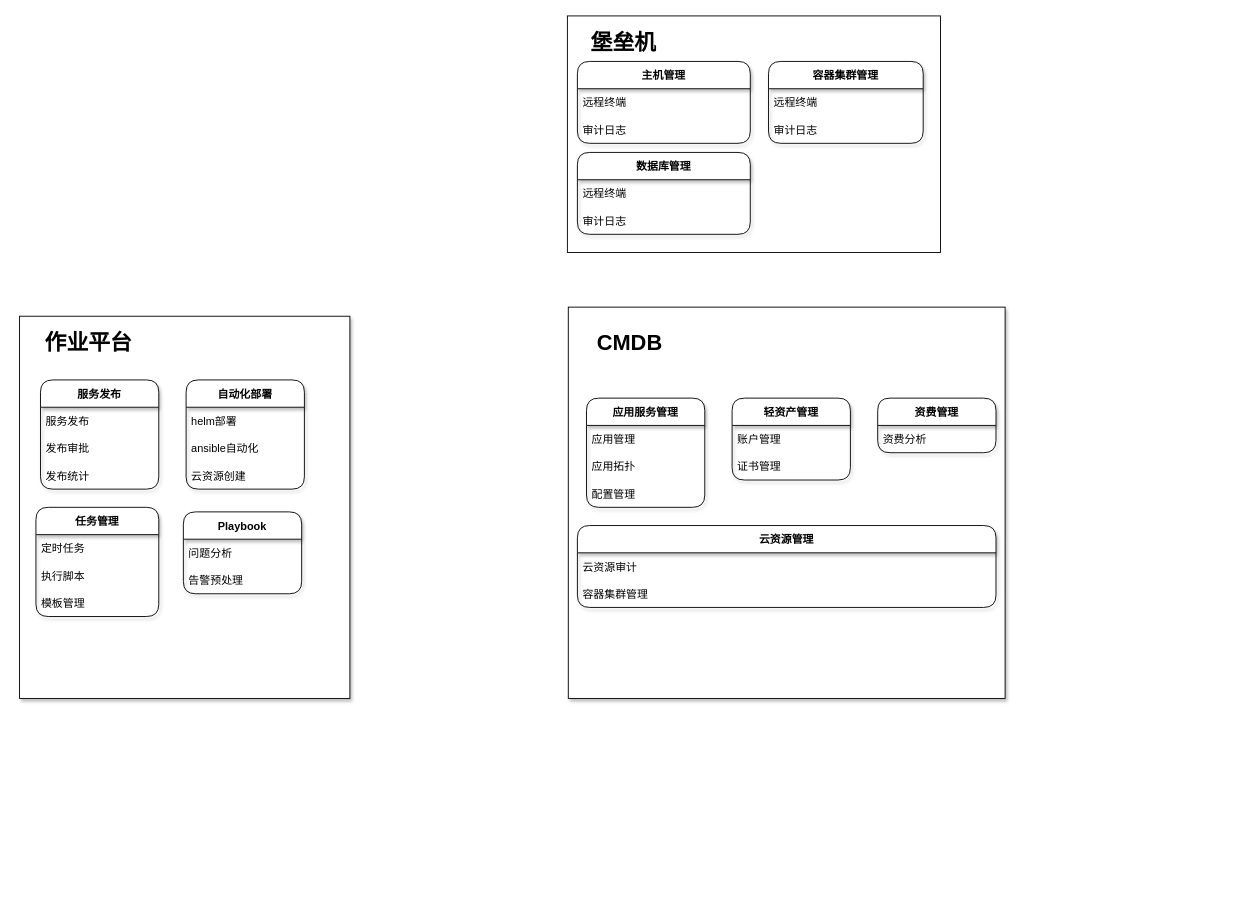
Earlier version of the draw.io diagram 智能运维平台.drawio (463024907/zabbix-report). Source tidied: cells renumbered, new cells numbered last; positions are measured from the earlier drawing's top-left corner, leaving out a move shared by most shapes. Both pictures are drawn from the tidied source at 91%, with x=0, y=0 at pixel (19, 15).
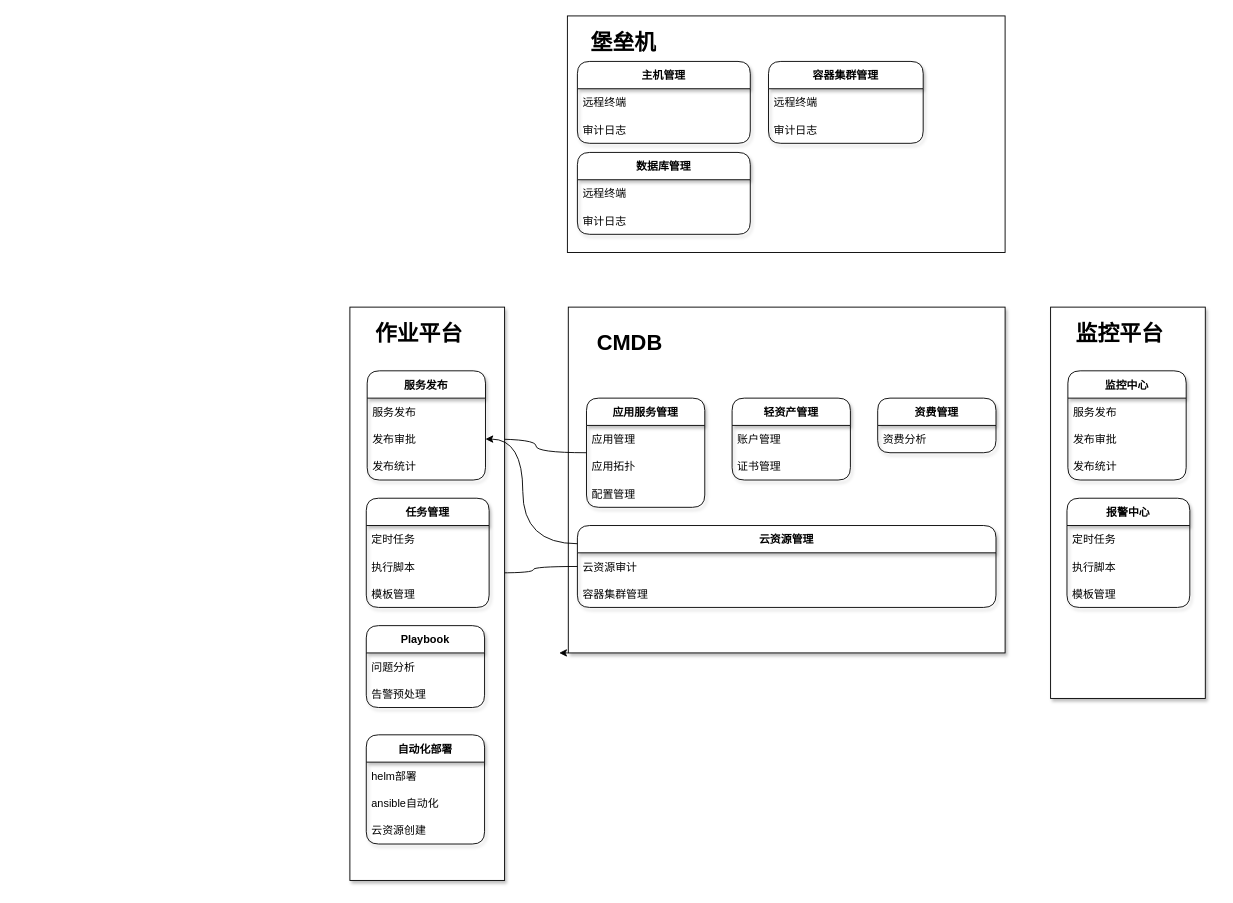
The same page after the edit.

Commit message:
更新智能运维平台.drawio

Unchanged cells that the change refers to:
```xml
<mxCell id="6" value="云资源管理" style="swimlane;fontStyle=1;horizontal=1;startSize=30;rounded=1;shadow=1;glass=0;" parent="1" vertex="1">
  <mxGeometry x="613" y="560" width="460" height="90" as="geometry" />
</mxCell>
<mxCell id="13" value="应用服务管理" style="swimlane;fontStyle=1;horizontal=1;startSize=30;rounded=1;shadow=1;glass=0;" parent="1" vertex="1">
  <mxGeometry x="623" y="420" width="130" height="120" as="geometry" />
</mxCell>
<mxCell id="32" value="执行脚本" style="text;strokeColor=none;fillColor=none;align=left;verticalAlign=middle;spacingLeft=4;spacingRight=4;overflow=hidden;points=[[0,0.5],[1,0.5]];portConstraint=eastwest;" parent="30" vertex="1">
  <mxGeometry y="60" width="135" height="30" as="geometry" />
</mxCell>
<mxCell id="41" value="发布审批" style="text;strokeColor=none;fillColor=none;align=left;verticalAlign=middle;spacingLeft=4;spacingRight=4;overflow=hidden;points=[[0,0.5],[1,0.5]];portConstraint=eastwest;" parent="39" vertex="1">
  <mxGeometry y="60" width="130" height="30" as="geometry" />
</mxCell>
```

Diff of the diagram source:
```diff
@@
+    <mxCell id="47" style="edgeStyle=orthogonalEdgeStyle;curved=1;rounded=0;jettySize=auto;html=1;exitX=0;exitY=1;exitDx=0;exitDy=0;" parent="1" edge="1" source="2">
+      <mxGeometry relative="1" as="geometry">
+        <mxPoint x="593" y="700" as="targetPoint" />
+      </mxGeometry>
+    </mxCell>
     <mxCell id="2" style="rounded=0;whiteSpace=wrap;html=1;shadow=1;glass=0;sketch=0;" parent="1" vertex="1">
-      <mxGeometry x="603" y="320" width="480" height="430" as="geometry" />
+      <mxGeometry x="603" y="320" width="480" height="380" as="geometry" />
     </mxCell>
@@
     <mxCell id="4" style="rounded=0;whiteSpace=wrap;html=1;" parent="1" vertex="1">
-      <mxGeometry x="602" width="410" height="260" as="geometry" />
+      <mxGeometry x="602" width="481" height="260" as="geometry" />
     </mxCell>
@@
+    <mxCell id="48" style="edgeStyle=orthogonalEdgeStyle;curved=1;rounded=0;jettySize=auto;html=1;entryX=1.037;entryY=0.733;entryDx=0;entryDy=0;entryPerimeter=0;" parent="1" edge="1" source="6" target="32">
+      <mxGeometry relative="1" as="geometry" />
+    </mxCell>
@@
+    <mxCell id="49" style="edgeStyle=orthogonalEdgeStyle;curved=1;rounded=0;jettySize=auto;html=1;" parent="1" edge="1" source="13" target="41">
+      <mxGeometry relative="1" as="geometry" />
+    </mxCell>
@@
     <mxCell id="28" style="rounded=0;whiteSpace=wrap;html=1;shadow=1;glass=0;sketch=0;" parent="1" vertex="1">
-      <mxGeometry y="330" width="363" height="420" as="geometry" />
+      <mxGeometry x="363" y="320" width="170" height="630" as="geometry" />
     </mxCell>
     <mxCell id="29" value="&lt;h1&gt;作业平台&lt;/h1&gt;" style="text;html=1;strokeColor=none;fillColor=none;spacing=5;spacingTop=-20;whiteSpace=wrap;overflow=hidden;rounded=0;" parent="1" vertex="1">
-      <mxGeometry x="23" y="340" width="160" height="40" as="geometry" />
+      <mxGeometry x="386" y="330" width="160" height="40" as="geometry" />
     </mxCell>
     <mxCell id="30" value="任务管理" style="swimlane;fontStyle=1;horizontal=1;startSize=30;rounded=1;shadow=1;glass=0;" parent="1" vertex="1">
-      <mxGeometry x="18" y="540" width="135" height="120" as="geometry" />
+      <mxGeometry x="381" y="530" width="135" height="120" as="geometry" />
     </mxCell>
@@
     <mxCell id="34" value="自动化部署" style="swimlane;fontStyle=1;horizontal=1;startSize=30;rounded=1;shadow=1;" parent="1" vertex="1">
-      <mxGeometry x="183" y="400" width="130" height="120" as="geometry" />
+      <mxGeometry x="381" y="790" width="130" height="120" as="geometry" />
     </mxCell>
@@
     <mxCell id="39" value="服务发布" style="swimlane;fontStyle=1;horizontal=1;startSize=30;rounded=1;shadow=1;glass=0;" parent="1" vertex="1">
-      <mxGeometry x="23" y="400" width="130" height="120" as="geometry" />
+      <mxGeometry x="382" y="390" width="130" height="120" as="geometry" />
     </mxCell>
@@
     <mxCell id="43" value="Playbook" style="swimlane;fontStyle=1;horizontal=1;startSize=30;rounded=1;shadow=1;" parent="1" vertex="1">
-      <mxGeometry x="180" y="545" width="130" height="90" as="geometry" />
+      <mxGeometry x="381" y="670" width="130" height="90" as="geometry" />
     </mxCell>
@@
+    <mxCell id="50" style="rounded=0;whiteSpace=wrap;html=1;shadow=1;glass=0;sketch=0;" parent="1" vertex="1">
+      <mxGeometry x="1133" y="320" width="170" height="430" as="geometry" />
+    </mxCell>
+    <mxCell id="51" value="&lt;h1&gt;监控平台&lt;/h1&gt;" style="text;html=1;strokeColor=none;fillColor=none;spacing=5;spacingTop=-20;whiteSpace=wrap;overflow=hidden;rounded=0;" parent="1" vertex="1">
+      <mxGeometry x="1156" y="330" width="160" height="40" as="geometry" />
+    </mxCell>
+    <mxCell id="52" value="报警中心" style="swimlane;fontStyle=1;horizontal=1;startSize=30;rounded=1;shadow=1;glass=0;" parent="1" vertex="1">
+      <mxGeometry x="1151" y="530" width="135" height="120" as="geometry" />
+    </mxCell>
+    <mxCell id="53" value="定时任务" style="text;strokeColor=none;fillColor=none;align=left;verticalAlign=middle;spacingLeft=4;spacingRight=4;overflow=hidden;" parent="52" vertex="1">
+      <mxGeometry y="30" width="135" height="30" as="geometry" />
+    </mxCell>
+    <mxCell id="54" value="执行脚本" style="text;strokeColor=none;fillColor=none;align=left;verticalAlign=middle;spacingLeft=4;spacingRight=4;overflow=hidden;" parent="52" vertex="1">
+      <mxGeometry y="60" width="135" height="30" as="geometry" />
+    </mxCell>
+    <mxCell id="55" value="模板管理" style="text;strokeColor=none;fillColor=none;align=left;verticalAlign=middle;spacingLeft=4;spacingRight=4;overflow=hidden;" parent="52" vertex="1">
+      <mxGeometry y="90" width="135" height="30" as="geometry" />
+    </mxCell>
+    <mxCell id="56" value="监控中心" style="swimlane;fontStyle=1;horizontal=1;startSize=30;rounded=1;shadow=1;glass=0;" parent="1" vertex="1">
+      <mxGeometry x="1152" y="390" width="130" height="120" as="geometry" />
+    </mxCell>
+    <mxCell id="57" value="服务发布" style="text;strokeColor=none;fillColor=none;align=left;verticalAlign=middle;spacingLeft=4;spacingRight=4;overflow=hidden;" parent="56" vertex="1">
+      <mxGeometry y="30" width="130" height="30" as="geometry" />
+    </mxCell>
+    <mxCell id="58" value="发布审批" style="text;strokeColor=none;fillColor=none;align=left;verticalAlign=middle;spacingLeft=4;spacingRight=4;overflow=hidden;" parent="56" vertex="1">
+      <mxGeometry y="60" width="130" height="30" as="geometry" />
+    </mxCell>
+    <mxCell id="59" value="发布统计" style="text;strokeColor=none;fillColor=none;align=left;verticalAlign=middle;spacingLeft=4;spacingRight=4;overflow=hidden;" parent="56" vertex="1">
+      <mxGeometry y="90" width="130" height="30" as="geometry" />
+    </mxCell>
+    <mxCell id="60" style="edgeStyle=orthogonalEdgeStyle;rounded=0;jettySize=auto;html=1;curved=1;entryX=1;entryY=0.5;entryDx=0;entryDy=0;" parent="1" edge="1" source="6" target="41">
+      <mxGeometry relative="1" as="geometry">
+        <Array as="points">
+          <mxPoint x="553" y="580" />
+          <mxPoint x="553" y="465" />
+        </Array>
+      </mxGeometry>
+    </mxCell>
```
